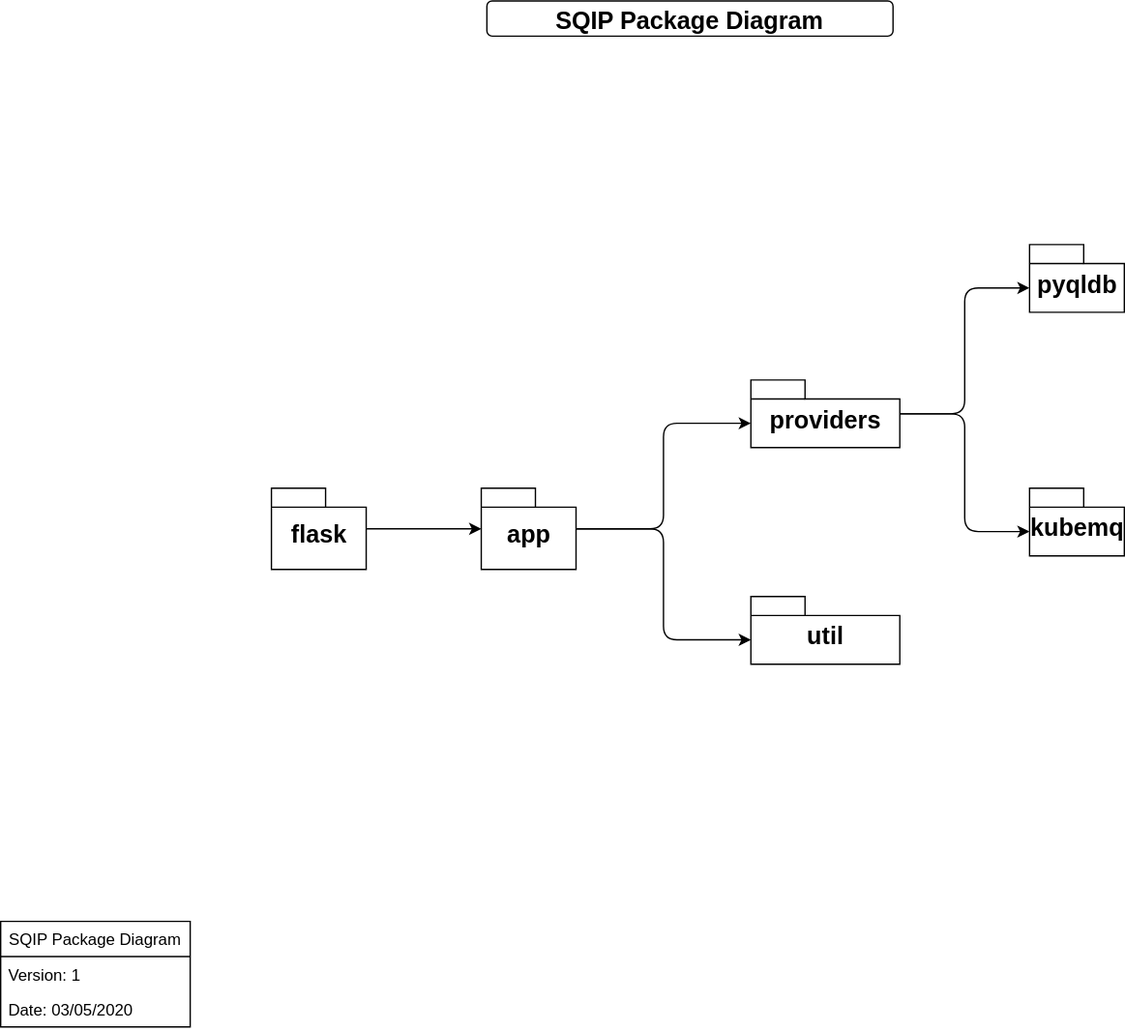
Before: SQIP-Model-SQIP-Package-Diagram.svg, a diagram exported from draw.io (CivicActions/SQIP). Source tidied: cells renumbered, new cells last; positions are measured from the earlier drawing's top-left corner, leaving out a move shared by most shapes.
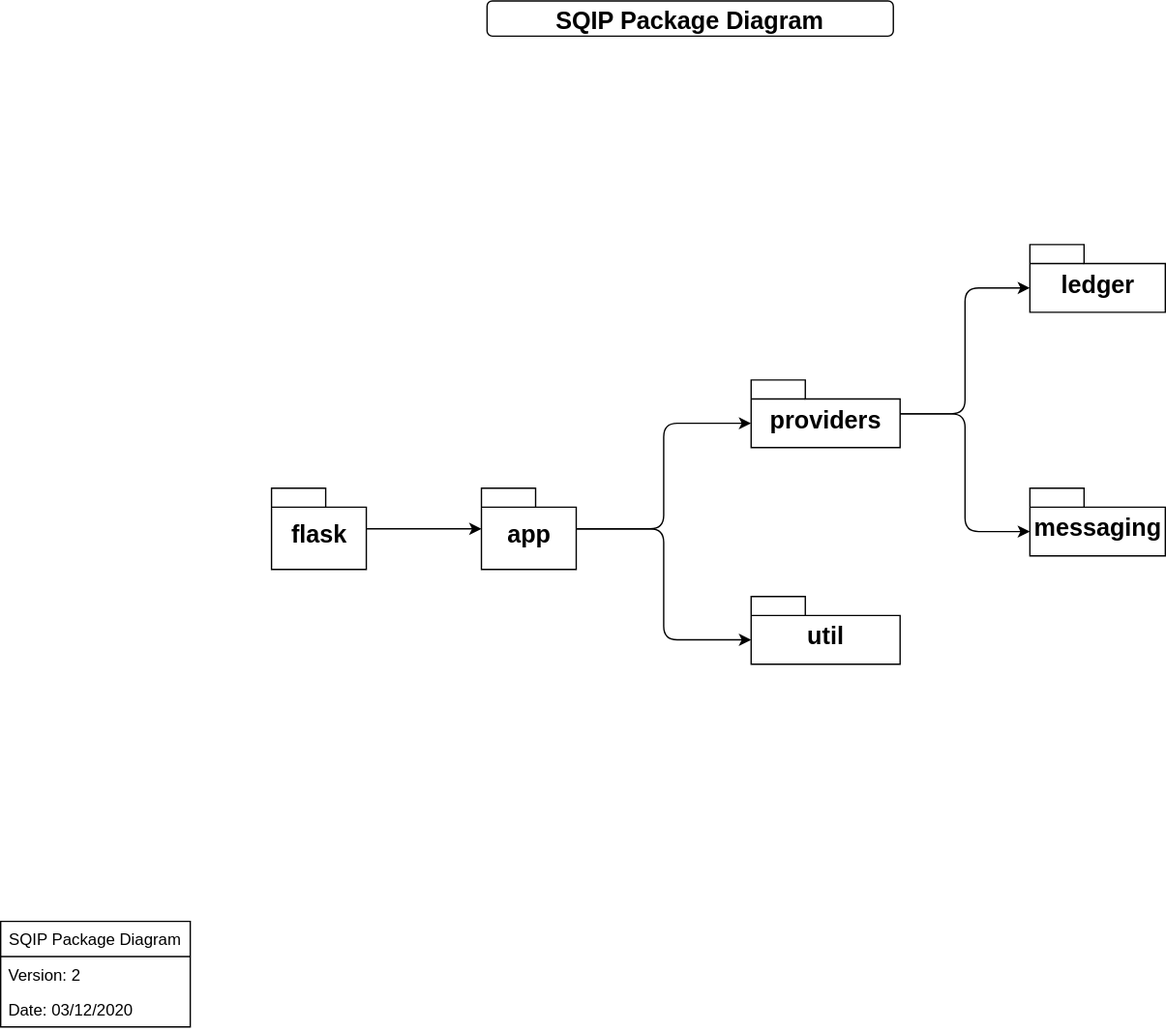
Later version of the same file.

Commit message:
#14 use case, class digram, updated package diagram

The edit, as a diff of the source:
```diff
@@ -12,7 +12,7 @@
         <mxGeometry y="26" width="140" height="26" as="geometry" />
       </mxCell>
     </object>
-    <mxCell id="4" value="Date: 03/05/2020" style="text;strokeColor=none;fillColor=none;align=left;verticalAlign=top;spacingLeft=4;spacingRight=4;overflow=hidden;" parent="2" vertex="1">
+    <mxCell id="4" value="Date: 03/12/2020" style="text;strokeColor=none;fillColor=none;align=left;verticalAlign=top;spacingLeft=4;spacingRight=4;overflow=hidden;" parent="2" vertex="1">
       <mxGeometry y="52" width="140" height="26" as="geometry" />
     </mxCell>
     <object id="5" label="%page%" placeholders="1">
@@ -47,11 +47,11 @@
     <mxCell id="14" value="flask" style="shape=folder;fontStyle=1;spacingTop=10;tabWidth=40;tabHeight=14;tabPosition=left;html=1;rounded=1;strokeColor=#000000;fillColor=none;fontSize=18;" parent="1" vertex="1">
       <mxGeometry x="200" y="360" width="70" height="60" as="geometry" />
     </mxCell>
-    <mxCell id="15" value="pyqldb" style="shape=folder;fontStyle=1;spacingTop=10;tabWidth=40;tabHeight=14;tabPosition=left;html=1;rounded=1;strokeColor=#000000;fillColor=none;fontSize=18;" parent="1" vertex="1">
-      <mxGeometry x="760" y="180" width="70" height="50" as="geometry" />
+    <mxCell id="15" value="ledger" style="shape=folder;fontStyle=1;spacingTop=10;tabWidth=40;tabHeight=14;tabPosition=left;html=1;rounded=1;strokeColor=#000000;fillColor=none;fontSize=18;" parent="1" vertex="1">
+      <mxGeometry x="760" y="180" width="100" height="50" as="geometry" />
     </mxCell>
-    <mxCell id="16" value="kubemq" style="shape=folder;fontStyle=1;spacingTop=10;tabWidth=40;tabHeight=14;tabPosition=left;html=1;rounded=1;strokeColor=#000000;fillColor=none;fontSize=18;" parent="1" vertex="1">
-      <mxGeometry x="760" y="360" width="70" height="50" as="geometry" />
+    <mxCell id="16" value="messaging" style="shape=folder;fontStyle=1;spacingTop=10;tabWidth=40;tabHeight=14;tabPosition=left;html=1;rounded=1;strokeColor=#000000;fillColor=none;fontSize=18;" parent="1" vertex="1">
+      <mxGeometry x="760" y="360" width="100" height="50" as="geometry" />
     </mxCell>
   </root>
 </mxGraphModel>
```
